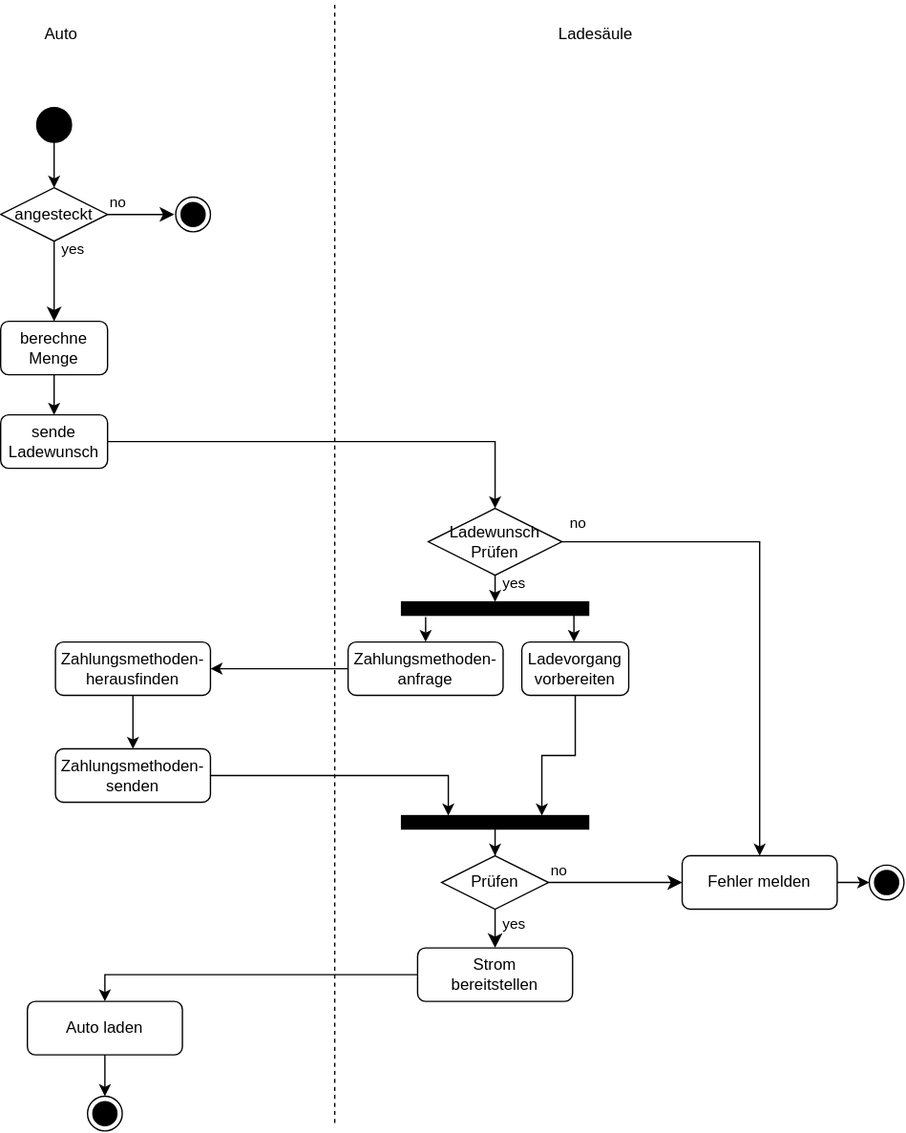
Before: public/teaching-assets/es/ws19/A1.svg, a diagram exported from draw.io (htwr-aachen/htwr-aachen.de). Source tidied: cells renumbered, new cells last; positions are measured from the earlier drawing's top-left corner, leaving out a move shared by most shapes.
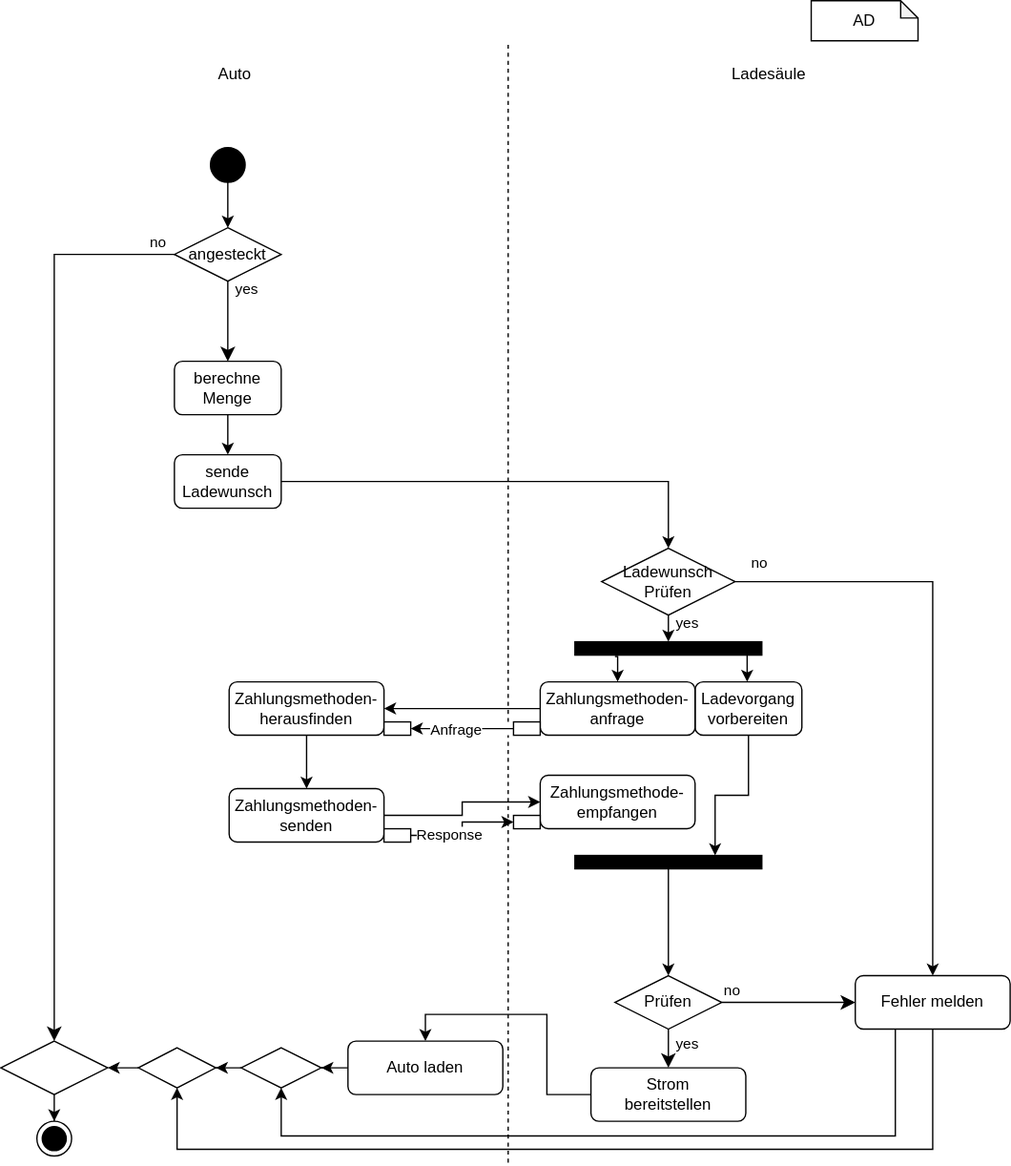
Above is the later version.

The edit, as a diff of the source:
```diff
@@ -5,10 +5,8 @@
     <mxCell id="2" value="&lt;font color=&quot;#000000&quot;&gt;angesteckt&lt;/font&gt;" style="rhombus;whiteSpace=wrap;html=1;fillColor=#FFFFFF;strokeColor=#000000;fontColor=#FF0000;" parent="1" vertex="1">
       <mxGeometry y="140" width="80" height="40" as="geometry" />
     </mxCell>
-    <mxCell id="3" value="&lt;font color=&quot;#000000&quot;&gt;no&lt;/font&gt;" style="edgeStyle=orthogonalEdgeStyle;html=1;align=left;verticalAlign=bottom;endArrow=classic;endSize=8;strokeColor=#000000;rounded=0;strokeWidth=1;fontColor=#FF0000;endFill=1;" parent="1" edge="1" source="2">
-      <mxGeometry x="-1" relative="1" as="geometry">
-        <mxPoint x="130" y="160" as="targetPoint" />
-      </mxGeometry>
+    <mxCell id="3" value="&lt;font color=&quot;#000000&quot;&gt;no&lt;/font&gt;" style="edgeStyle=orthogonalEdgeStyle;html=1;align=left;verticalAlign=bottom;endArrow=classic;endSize=8;strokeColor=#000000;rounded=0;strokeWidth=1;fontColor=#FF0000;endFill=1;entryX=0.5;entryY=0;entryDx=0;entryDy=0;" parent="1" edge="1" source="2" target="51">
+      <mxGeometry x="-0.94" relative="1" as="geometry" />
     </mxCell>
     <mxCell id="4" style="edgeStyle=orthogonalEdgeStyle;html=1;align=left;verticalAlign=top;endArrow=classic;endSize=8;strokeColor=#000000;rounded=0;strokeWidth=1;fontColor=#FF0000;endFill=1;" parent="1" edge="1" source="2">
       <mxGeometry x="-0.5" y="-10" relative="1" as="geometry">
@@ -20,9 +18,6 @@
         <mxPoint x="13" y="-6" as="offset" />
       </mxGeometry>
     </mxCell>
-    <mxCell id="6" style="ellipse;html=1;shape=endState;fillColor=#000000;strokeColor=#000000;fontColor=#000000;" parent="1" vertex="1">
-      <mxGeometry x="131" y="147" width="26" height="26" as="geometry" />
-    </mxCell>
     <mxCell id="7" style="edgeStyle=orthogonalEdgeStyle;rounded=0;jettySize=auto;html=1;entryX=0.5;entryY=0;entryDx=0;entryDy=0;strokeColor=#000000;strokeWidth=1;fontColor=#000000;endArrow=classic;endFill=1;" parent="1" edge="1" source="8" target="2">
       <mxGeometry relative="1" as="geometry" />
     </mxCell>
@@ -50,8 +45,10 @@
         </Array>
       </mxGeometry>
     </mxCell>
-    <mxCell id="14" style="edgeStyle=orthogonalEdgeStyle;rounded=0;jettySize=auto;html=1;entryX=0.5;entryY=0;entryDx=0;entryDy=0;strokeColor=#000000;strokeWidth=1;fontColor=#000000;endArrow=classic;endFill=1;exitX=0.129;exitY=1.134;exitDx=0;exitDy=0;exitPerimeter=0;" parent="1" edge="1" source="15" target="23">
-      <mxGeometry relative="1" as="geometry" />
+    <mxCell id="14" style="edgeStyle=orthogonalEdgeStyle;rounded=0;jettySize=auto;html=1;entryX=0.5;entryY=0;entryDx=0;entryDy=0;strokeColor=#000000;strokeWidth=1;fontColor=#000000;endArrow=classic;endFill=1;" parent="1" edge="1" target="23">
+      <mxGeometry relative="1" as="geometry">
+        <mxPoint x="330" y="461" as="sourcePoint" />
+      </mxGeometry>
     </mxCell>
     <mxCell id="15" style="rounded=0;whiteSpace=wrap;html=1;strokeColor=#000000;fontColor=#000000;fillColor=#000000;" parent="1" vertex="1">
       <mxGeometry x="300" y="450" width="140" height="10" as="geometry" />
@@ -65,9 +62,9 @@
     <mxCell id="18" style="edgeStyle=orthogonalEdgeStyle;rounded=0;jettySize=auto;html=1;entryX=1;entryY=0.5;entryDx=0;entryDy=0;strokeColor=#000000;strokeWidth=1;fontColor=#000000;endArrow=classic;endFill=1;exitX=0;exitY=0.5;exitDx=0;exitDy=0;" parent="1" edge="1" source="23" target="42">
       <mxGeometry relative="1" as="geometry" />
     </mxCell>
-    <mxCell id="19" style="edgeStyle=orthogonalEdgeStyle;rounded=0;jettySize=auto;html=1;entryX=0.25;entryY=0;entryDx=0;entryDy=0;strokeColor=#000000;strokeWidth=1;fontColor=#000000;endArrow=classic;endFill=1;" parent="1" edge="1" source="20" target="22">
-      <mxGeometry relative="1" as="geometry" />
-    </mxCell>
+    <mxCell id="46" style="edgeStyle=orthogonalEdgeStyle;rounded=0;jettySize=auto;html=1;entryX=0;entryY=0.5;entryDx=0;entryDy=0;" parent="1" edge="1" source="20" target="55">
+      <mxGeometry relative="1" as="geometry" />
+    </mxCell>
     <mxCell id="20" value="Zahlungsmethoden-&lt;br&gt;senden" style="rounded=1;whiteSpace=wrap;html=1;strokeColor=#000000;fontColor=#000000;fillColor=none;" parent="1" vertex="1">
       <mxGeometry x="41" y="560" width="116" height="40" as="geometry" />
     </mxCell>
@@ -78,10 +75,10 @@
       <mxGeometry x="300" y="610" width="140" height="10" as="geometry" />
     </mxCell>
     <mxCell id="23" value="Zahlungsmethoden-&lt;br&gt;anfrage" style="rounded=1;whiteSpace=wrap;html=1;strokeColor=#000000;fontColor=#000000;fillColor=none;" parent="1" vertex="1">
-      <mxGeometry x="260" y="480" width="116" height="40" as="geometry" />
+      <mxGeometry x="274" y="480" width="116" height="40" as="geometry" />
     </mxCell>
     <mxCell id="24" value="&lt;font color=&quot;#000000&quot;&gt;Prüfen&lt;/font&gt;" style="rhombus;whiteSpace=wrap;html=1;fillColor=#FFFFFF;strokeColor=#000000;fontColor=#FF0000;" parent="1" vertex="1">
-      <mxGeometry x="330" y="640" width="80" height="40" as="geometry" />
+      <mxGeometry x="330" y="700" width="80" height="40" as="geometry" />
     </mxCell>
     <mxCell id="25" value="&lt;font color=&quot;#000000&quot;&gt;no&lt;/font&gt;" style="edgeStyle=orthogonalEdgeStyle;html=1;align=left;verticalAlign=bottom;endArrow=classic;endSize=8;strokeColor=#000000;rounded=0;strokeWidth=1;fontColor=#FF0000;endFill=1;entryX=0;entryY=0.5;entryDx=0;entryDy=0;" parent="1" edge="1" source="24" target="29">
       <mxGeometry x="-1" relative="1" as="geometry" />
@@ -94,23 +91,33 @@
         <mxPoint x="13" y="5" as="offset" />
       </mxGeometry>
     </mxCell>
-    <mxCell id="28" style="edgeStyle=orthogonalEdgeStyle;rounded=0;jettySize=auto;html=1;entryX=0;entryY=0.5;entryDx=0;entryDy=0;strokeColor=#000000;strokeWidth=1;fontColor=#000000;endArrow=classic;endFill=1;" parent="1" edge="1" source="29" target="30">
-      <mxGeometry relative="1" as="geometry" />
-    </mxCell>
+    <mxCell id="47" style="edgeStyle=orthogonalEdgeStyle;rounded=0;jettySize=auto;html=1;entryX=0.5;entryY=1;entryDx=0;entryDy=0;" parent="1" edge="1" source="29" target="66">
+      <mxGeometry relative="1" as="geometry">
+        <Array as="points">
+          <mxPoint x="540" y="820" />
+          <mxPoint x="80" y="820" />
+        </Array>
+      </mxGeometry>
+    </mxCell>
+    <mxCell id="48" style="edgeStyle=orthogonalEdgeStyle;rounded=0;jettySize=auto;html=1;entryX=0.5;entryY=1;entryDx=0;entryDy=0;" parent="1" edge="1" source="29" target="64">
+      <mxGeometry relative="1" as="geometry">
+        <Array as="points">
+          <mxPoint x="568" y="830" />
+          <mxPoint x="2" y="830" />
+        </Array>
+      </mxGeometry>
+    </mxCell>
     <mxCell id="29" value="Fehler melden" style="rounded=1;whiteSpace=wrap;html=1;strokeColor=#000000;fontColor=#000000;fillColor=none;" parent="1" vertex="1">
-      <mxGeometry x="510" y="640" width="116" height="40" as="geometry" />
+      <mxGeometry x="510" y="700" width="116" height="40" as="geometry" />
     </mxCell>
-    <mxCell id="30" style="ellipse;html=1;shape=endState;fillColor=#000000;strokeColor=#000000;fontColor=#000000;" parent="1" vertex="1">
-      <mxGeometry x="650" y="647" width="26" height="26" as="geometry" />
-    </mxCell>
-    <mxCell id="31" style="edgeStyle=orthogonalEdgeStyle;rounded=0;jettySize=auto;html=1;entryX=0.5;entryY=0;entryDx=0;entryDy=0;strokeColor=#000000;strokeWidth=1;fontColor=#000000;endArrow=classic;endFill=1;" parent="1" edge="1" source="32" target="33">
-      <mxGeometry relative="1" as="geometry" />
-    </mxCell>
+    <mxCell id="49" style="edgeStyle=orthogonalEdgeStyle;rounded=0;jettySize=auto;html=1;entryX=1;entryY=0.5;entryDx=0;entryDy=0;" parent="1" edge="1" source="32" target="66">
+      <mxGeometry relative="1" as="geometry" />
+    </mxCell>
     <mxCell id="32" value="Auto laden" style="rounded=1;whiteSpace=wrap;html=1;strokeColor=#000000;fontColor=#000000;fillColor=none;" parent="1" vertex="1">
-      <mxGeometry x="20" y="749" width="116" height="40" as="geometry" />
+      <mxGeometry x="130" y="749" width="116" height="40" as="geometry" />
     </mxCell>
     <mxCell id="33" style="ellipse;html=1;shape=endState;fillColor=#000000;strokeColor=#000000;fontColor=#000000;" parent="1" vertex="1">
-      <mxGeometry x="65" y="820" width="26" height="26" as="geometry" />
+      <mxGeometry x="-103" y="809" width="26" height="26" as="geometry" />
     </mxCell>
     <mxCell id="34" style="edgeStyle=orthogonalEdgeStyle;rounded=0;jettySize=auto;html=1;entryX=0.5;entryY=0;entryDx=0;entryDy=0;strokeColor=#000000;strokeWidth=1;fontColor=#000000;endArrow=classic;endFill=1;exitX=0.5;exitY=1;exitDx=0;exitDy=0;" parent="1" edge="1" source="38" target="15">
       <mxGeometry relative="1" as="geometry">
@@ -138,9 +145,9 @@
     <mxCell id="39" value="Auto" style="text;html=1;align=center;verticalAlign=middle;strokeColor=none;fillColor=none;fontColor=#000000;" parent="1" vertex="1">
       <mxGeometry x="20" y="10" width="50" height="30" as="geometry" />
     </mxCell>
-    <mxCell id="40" style="endArrow=none;dashed=1;html=1;rounded=0;strokeColor=#000000;strokeWidth=1;fontColor=#000000;" parent="1" edge="1">
+    <mxCell id="40" style="endArrow=none;dashed=1;html=1;rounded=0;strokeColor=#000000;strokeWidth=1;fontColor=#000000;startArrow=none;" parent="1" edge="1">
       <mxGeometry relative="1" as="geometry">
-        <mxPoint x="250" y="840" as="sourcePoint" />
+        <mxPoint x="250" y="510" as="sourcePoint" />
         <mxPoint x="250" as="targetPoint" />
       </mxGeometry>
     </mxCell>
@@ -157,7 +164,63 @@
       <mxGeometry relative="1" as="geometry" />
     </mxCell>
     <mxCell id="45" value="Strom&lt;br&gt;bereitstellen" style="rounded=1;whiteSpace=wrap;html=1;strokeColor=#000000;fontColor=#000000;fillColor=none;" parent="1" vertex="1">
-      <mxGeometry x="312" y="709" width="116" height="40" as="geometry" />
+      <mxGeometry x="312" y="769" width="116" height="40" as="geometry" />
     </mxCell>
+    <mxCell id="50" style="edgeStyle=orthogonalEdgeStyle;rounded=0;jettySize=auto;html=1;entryX=0.5;entryY=0;entryDx=0;entryDy=0;" parent="1" edge="1" source="51" target="33">
+      <mxGeometry relative="1" as="geometry" />
+    </mxCell>
+    <mxCell id="51" style="rhombus;whiteSpace=wrap;html=1;fillColor=#FFFFFF;strokeColor=#000000;fontColor=#FF0000;" parent="1" vertex="1">
+      <mxGeometry x="-130" y="749" width="80" height="40" as="geometry" />
+    </mxCell>
+    <mxCell id="52" style="edgeStyle=orthogonalEdgeStyle;rounded=0;jettySize=auto;html=1;entryX=0;entryY=0.5;entryDx=0;entryDy=0;" parent="1" edge="1" source="54" target="57">
+      <mxGeometry relative="1" as="geometry" />
+    </mxCell>
+    <mxCell id="53" value="Response" style="edgeLabel;html=1;align=center;verticalAlign=middle;" parent="52" vertex="1">
+      <mxGeometry x="-0.33" y="1" relative="1" as="geometry" />
+    </mxCell>
+    <mxCell id="54" style="rounded=0;whiteSpace=wrap;html=1;" parent="1" vertex="1">
+      <mxGeometry x="157" y="590" width="20" height="10" as="geometry" />
+    </mxCell>
+    <mxCell id="55" value="Zahlungsmethode-&lt;br&gt;empfangen" style="rounded=1;whiteSpace=wrap;html=1;strokeColor=#000000;fontColor=#000000;fillColor=none;" parent="1" vertex="1">
+      <mxGeometry x="274" y="550" width="116" height="40" as="geometry" />
+    </mxCell>
+    <mxCell id="56" style="endArrow=none;dashed=1;html=1;rounded=0;strokeColor=#000000;strokeWidth=1;fontColor=#000000;" parent="1" edge="1">
+      <mxGeometry relative="1" as="geometry">
+        <mxPoint x="250" y="840" as="sourcePoint" />
+        <mxPoint x="250" y="520" as="targetPoint" />
+      </mxGeometry>
+    </mxCell>
+    <mxCell id="57" style="rounded=0;whiteSpace=wrap;html=1;" parent="1" vertex="1">
+      <mxGeometry x="254" y="580" width="20" height="10" as="geometry" />
+    </mxCell>
+    <mxCell id="58" style="rounded=0;whiteSpace=wrap;html=1;" parent="1" vertex="1">
+      <mxGeometry x="157" y="510" width="20" height="10" as="geometry" />
+    </mxCell>
+    <mxCell id="59" style="edgeStyle=orthogonalEdgeStyle;rounded=0;jettySize=auto;html=1;entryX=1;entryY=0.5;entryDx=0;entryDy=0;" parent="1" edge="1" source="61" target="58">
+      <mxGeometry relative="1" as="geometry" />
+    </mxCell>
+    <mxCell id="60" value="Anfrage" style="edgeLabel;html=1;align=center;verticalAlign=middle;" parent="59" vertex="1">
+      <mxGeometry x="0.28" relative="1" as="geometry">
+        <mxPoint x="5" as="offset" />
+      </mxGeometry>
+    </mxCell>
+    <mxCell id="61" style="rounded=0;whiteSpace=wrap;html=1;" parent="1" vertex="1">
+      <mxGeometry x="254" y="510" width="20" height="10" as="geometry" />
+    </mxCell>
+    <mxCell id="62" value="AD" style="shape=note;whiteSpace=wrap;html=1;backgroundOutline=1;darkOpacity=0.05;size=13;" parent="1" vertex="1">
+      <mxGeometry x="477" y="-30" width="80" height="30" as="geometry" />
+    </mxCell>
+    <mxCell id="63" style="edgeStyle=orthogonalEdgeStyle;rounded=0;jettySize=auto;html=1;entryX=1;entryY=0.5;entryDx=0;entryDy=0;" parent="1" edge="1" source="64" target="51">
+      <mxGeometry relative="1" as="geometry" />
+    </mxCell>
+    <mxCell id="64" style="rhombus;whiteSpace=wrap;html=1;fillColor=#FFFFFF;strokeColor=#000000;fontColor=#FF0000;" parent="1" vertex="1">
+      <mxGeometry x="-27" y="754" width="58" height="30" as="geometry" />
+    </mxCell>
+    <mxCell id="65" style="edgeStyle=orthogonalEdgeStyle;rounded=0;jettySize=auto;html=1;" parent="1" edge="1" source="66" target="64">
+      <mxGeometry relative="1" as="geometry" />
+    </mxCell>
+    <mxCell id="66" style="rhombus;whiteSpace=wrap;html=1;fillColor=#FFFFFF;strokeColor=#000000;fontColor=#FF0000;" parent="1" vertex="1">
+      <mxGeometry x="50" y="754" width="60" height="30" as="geometry" />
+    </mxCell>
   </root>
 </mxGraphModel>
```
